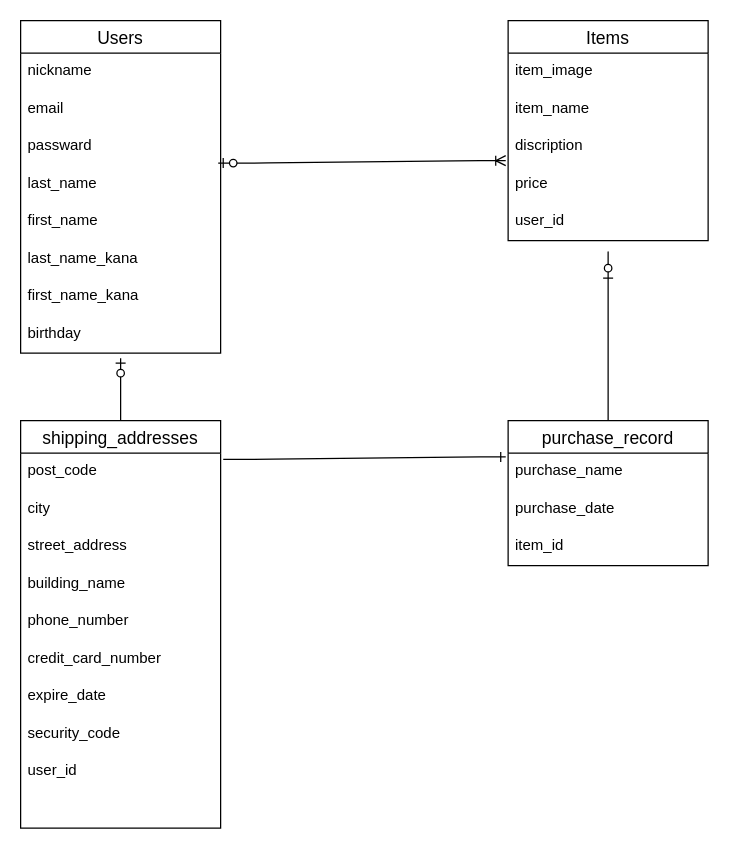
kenjii-tech/furima-41352 keeps this draw.io diagram as furima.dio. Above is the earlier version. Source tidied: cells renumbered, new cells numbered last; positions are measured from the earlier drawing's top-left corner, leaving out a move shared by most shapes. Both pictures are drawn from the tidied source at 125%, with x=0, y=0 at pixel (20, 20).
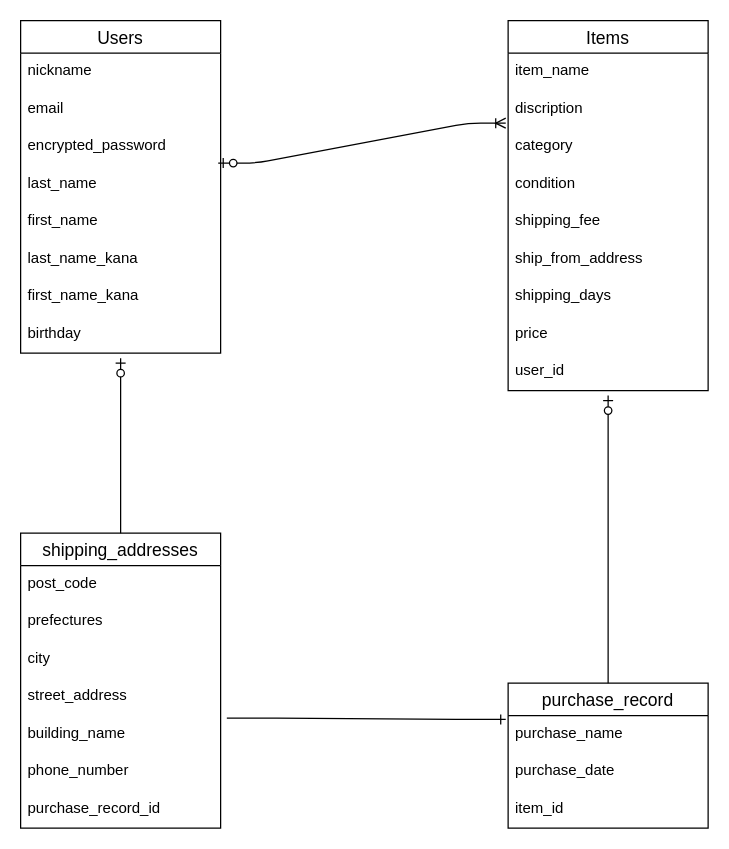
The same page after the edit.

Commit message (it also covers changes not shown here):
ER図、READMEの修正

Unchanged cells that the change refers to:
```xml
<mxCell id="2" value="Users" style="swimlane;fontStyle=0;horizontal=1;startSize=26;align=center;fontSize=14;" parent="1" vertex="1">
  <mxGeometry width="160" height="266" as="geometry" />
</mxCell>
<mxCell id="18" value="purchase_name" style="text;strokeColor=none;fillColor=none;spacingLeft=4;spacingRight=4;overflow=hidden;points=[[0,0.5],[1,0.5]];portConstraint=eastwest;fontSize=12;" parent="17" vertex="1">
  <mxGeometry y="26" width="160" height="30" as="geometry" />
</mxCell>
<mxCell id="22" value="post_code   " style="text;strokeColor=none;fillColor=none;spacingLeft=4;spacingRight=4;overflow=hidden;points=[[0,0.5],[1,0.5]];portConstraint=eastwest;fontSize=12;" parent="21" vertex="1">
  <mxGeometry y="26" width="160" height="30" as="geometry" />
</mxCell>
```

Change to the diagram source:
```diff
@@
-    <mxCell id="5" value="passward" style="text;strokeColor=none;fillColor=none;spacingLeft=4;spacingRight=4;overflow=hidden;fontSize=12;" parent="2" vertex="1">
+    <mxCell id="5" value="encrypted_password" style="text;strokeColor=none;fillColor=none;spacingLeft=4;spacingRight=4;overflow=hidden;fontSize=12;" parent="2" vertex="1">
       <mxGeometry y="86" width="160" height="30" as="geometry" />
     </mxCell>
@@
     <mxCell id="11" value="Items" style="swimlane;fontStyle=0;horizontal=1;startSize=26;align=center;fontSize=14;" parent="1" vertex="1">
-      <mxGeometry x="390" width="160" height="176" as="geometry" />
+      <mxGeometry x="390" width="160" height="296" as="geometry" />
     </mxCell>
-    <mxCell id="12" value="item_image" style="text;strokeColor=none;fillColor=none;spacingLeft=4;spacingRight=4;overflow=hidden;fontSize=12;" parent="11" vertex="1">
-      <mxGeometry y="26" width="160" height="30" as="geometry" />
-    </mxCell>
     <mxCell id="13" value="item_name" style="text;strokeColor=none;fillColor=none;spacingLeft=4;spacingRight=4;overflow=hidden;fontSize=12;" parent="11" vertex="1">
-      <mxGeometry y="56" width="160" height="30" as="geometry" />
+      <mxGeometry y="26" width="160" height="30" as="geometry" />
     </mxCell>
     <mxCell id="14" value="discription" style="text;strokeColor=none;fillColor=none;spacingLeft=4;spacingRight=4;overflow=hidden;points=[[0,0.5],[1,0.5]];portConstraint=eastwest;fontSize=12;" parent="11" vertex="1">
-      <mxGeometry y="86" width="160" height="30" as="geometry" />
+      <mxGeometry y="56" width="160" height="30" as="geometry" />
     </mxCell>
+    <mxCell id="36" value="category" style="text;strokeColor=none;fillColor=none;spacingLeft=4;spacingRight=4;overflow=hidden;fontSize=12;" parent="11" vertex="1">
+      <mxGeometry y="86" width="160" height="30" as="geometry" />
+    </mxCell>
+    <mxCell id="37" value="condition" style="text;strokeColor=none;fillColor=none;spacingLeft=4;spacingRight=4;overflow=hidden;fontSize=12;" parent="11" vertex="1">
+      <mxGeometry y="116" width="160" height="30" as="geometry" />
+    </mxCell>
+    <mxCell id="38" value="shipping_fee" style="text;strokeColor=none;fillColor=none;spacingLeft=4;spacingRight=4;overflow=hidden;fontSize=12;" parent="11" vertex="1">
+      <mxGeometry y="146" width="160" height="30" as="geometry" />
+    </mxCell>
+    <mxCell id="39" value="ship_from_address" style="text;strokeColor=none;fillColor=none;spacingLeft=4;spacingRight=4;overflow=hidden;fontSize=12;" parent="11" vertex="1">
+      <mxGeometry y="176" width="160" height="30" as="geometry" />
+    </mxCell>
+    <mxCell id="40" value="shipping_days" style="text;strokeColor=none;fillColor=none;spacingLeft=4;spacingRight=4;overflow=hidden;fontSize=12;" parent="11" vertex="1">
+      <mxGeometry y="206" width="160" height="30" as="geometry" />
+    </mxCell>
     <mxCell id="15" value="price" style="text;strokeColor=none;fillColor=none;spacingLeft=4;spacingRight=4;overflow=hidden;fontSize=12;" parent="11" vertex="1">
-      <mxGeometry y="116" width="160" height="30" as="geometry" />
+      <mxGeometry y="236" width="160" height="30" as="geometry" />
     </mxCell>
     <mxCell id="16" value="user_id" style="text;strokeColor=none;fillColor=none;spacingLeft=4;spacingRight=4;overflow=hidden;points=[[0,0.5],[1,0.5]];portConstraint=eastwest;fontSize=12;" parent="11" vertex="1">
-      <mxGeometry y="146" width="160" height="30" as="geometry" />
+      <mxGeometry y="266" width="160" height="30" as="geometry" />
     </mxCell>
     <mxCell id="17" value="purchase_record" style="swimlane;fontStyle=0;horizontal=1;startSize=26;align=center;fontSize=14;" parent="1" vertex="1">
-      <mxGeometry x="390" y="320" width="160" height="116" as="geometry" />
+      <mxGeometry x="390" y="530" width="160" height="116" as="geometry" />
     </mxCell>
@@
     <mxCell id="21" value="shipping_addresses" style="swimlane;fontStyle=0;horizontal=1;startSize=26;align=center;fontSize=14;" parent="1" vertex="1">
-      <mxGeometry y="320" width="160" height="326" as="geometry" />
+      <mxGeometry y="410" width="160" height="236" as="geometry" />
     </mxCell>
@@
+    <mxCell id="30" value="prefectures" style="text;strokeColor=none;fillColor=none;spacingLeft=4;spacingRight=4;overflow=hidden;fontSize=12;" parent="21" vertex="1">
+      <mxGeometry y="56" width="160" height="30" as="geometry" />
+    </mxCell>
     <mxCell id="23" value="city" style="text;strokeColor=none;fillColor=none;spacingLeft=4;spacingRight=4;overflow=hidden;fontSize=12;" parent="21" vertex="1">
-      <mxGeometry y="56" width="160" height="30" as="geometry" />
+      <mxGeometry y="86" width="160" height="30" as="geometry" />
     </mxCell>
     <mxCell id="24" value="street_address" style="text;strokeColor=none;fillColor=none;spacingLeft=4;spacingRight=4;overflow=hidden;points=[[0,0.5],[1,0.5]];portConstraint=eastwest;fontSize=12;" parent="21" vertex="1">
-      <mxGeometry y="86" width="160" height="30" as="geometry" />
+      <mxGeometry y="116" width="160" height="30" as="geometry" />
     </mxCell>
     <mxCell id="25" value="building_name" style="text;strokeColor=none;fillColor=none;spacingLeft=4;spacingRight=4;overflow=hidden;fontSize=12;" parent="21" vertex="1">
-      <mxGeometry y="116" width="160" height="30" as="geometry" />
+      <mxGeometry y="146" width="160" height="30" as="geometry" />
     </mxCell>
     <mxCell id="26" value="phone_number" style="text;strokeColor=none;fillColor=none;spacingLeft=4;spacingRight=4;overflow=hidden;fontSize=12;" parent="21" vertex="1">
-      <mxGeometry y="146" width="160" height="30" as="geometry" />
+      <mxGeometry y="176" width="160" height="30" as="geometry" />
     </mxCell>
-    <mxCell id="27" value="credit_card_number" style="text;strokeColor=none;fillColor=none;spacingLeft=4;spacingRight=4;overflow=hidden;fontSize=12;" parent="21" vertex="1">
-      <mxGeometry y="176" width="160" height="30" as="geometry" />
-    </mxCell>
-    <mxCell id="28" value="expire_date" style="text;strokeColor=none;fillColor=none;spacingLeft=4;spacingRight=4;overflow=hidden;fontSize=12;" parent="21" vertex="1">
-      <mxGeometry y="206" width="160" height="30" as="geometry" />
-    </mxCell>
-    <mxCell id="29" value="security_code" style="text;strokeColor=none;fillColor=none;spacingLeft=4;spacingRight=4;overflow=hidden;fontSize=12;" parent="21" vertex="1">
-      <mxGeometry y="236" width="160" height="30" as="geometry" />
-    </mxCell>
-    <mxCell id="30" value="user_id" style="text;strokeColor=none;fillColor=none;spacingLeft=4;spacingRight=4;overflow=hidden;fontSize=12;" parent="21" vertex="1">
-      <mxGeometry y="266" width="160" height="30" as="geometry" />
-    </mxCell>
-    <mxCell id="31" style="text;strokeColor=none;fillColor=none;spacingLeft=4;spacingRight=4;overflow=hidden;fontSize=12;" parent="21" vertex="1">
-      <mxGeometry y="296" width="160" height="30" as="geometry" />
+    <mxCell id="31" value="purchase_record_id" style="text;strokeColor=none;fillColor=none;spacingLeft=4;spacingRight=4;overflow=hidden;fontSize=12;" parent="21" vertex="1">
+      <mxGeometry y="206" width="160" height="30" as="geometry" />
     </mxCell>
@@
-    <mxCell id="33" style="fontSize=12;html=1;endArrow=ERzeroToOne;endFill=1;exitX=0.5;exitY=0;exitDx=0;exitDy=0;" parent="1" edge="1" source="17">
-      <mxGeometry relative="1" as="geometry">
-        <mxPoint x="470" y="210" as="targetPoint" />
-        <Array as="points">
-          <mxPoint x="470" y="180" />
-        </Array>
-      </mxGeometry>
+    <mxCell id="33" style="fontSize=12;html=1;endArrow=ERzeroToOne;endFill=1;exitX=0.5;exitY=0;exitDx=0;exitDy=0;entryX=0.5;entryY=1.133;entryDx=0;entryDy=0;entryPerimeter=0;" parent="1" edge="1" source="17" target="16">
+      <mxGeometry relative="1" as="geometry" />
     </mxCell>
-    <mxCell id="34" style="edgeStyle=entityRelationEdgeStyle;fontSize=12;html=1;endArrow=ERone;endFill=1;entryX=-0.012;entryY=0.1;entryDx=0;entryDy=0;entryPerimeter=0;exitX=1.013;exitY=0.167;exitDx=0;exitDy=0;exitPerimeter=0;" parent="1" edge="1" source="22" target="18">
+    <mxCell id="34" style="edgeStyle=entityRelationEdgeStyle;fontSize=12;html=1;endArrow=ERone;endFill=1;entryX=-0.012;entryY=0.1;entryDx=0;entryDy=0;entryPerimeter=0;exitX=1.031;exitY=1.067;exitDx=0;exitDy=0;exitPerimeter=0;" parent="1" edge="1" source="24" target="18">
       <mxGeometry relative="1" as="geometry" />
     </mxCell>
```
